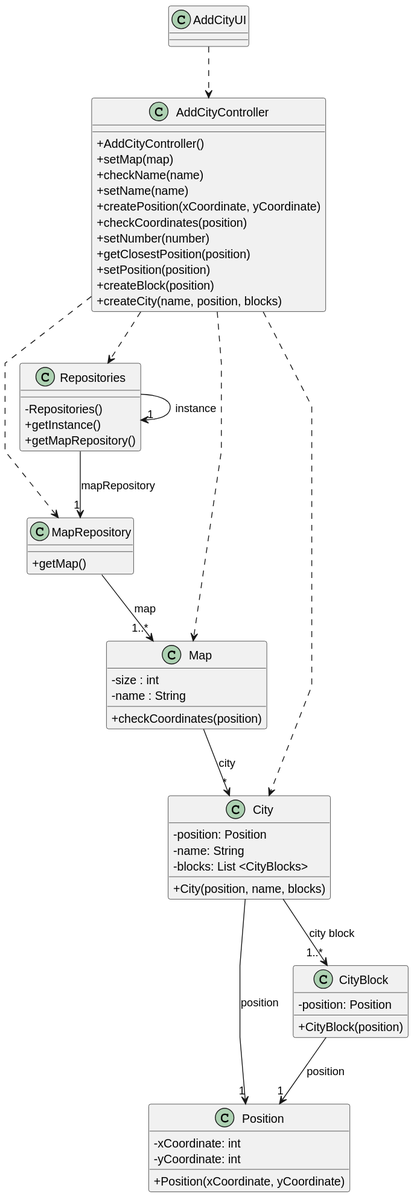
Earlier version of the PlantUML export Sprint3/US003/03.design/svg/US003-CD.svg (1240935/pi2-railway-simulator).
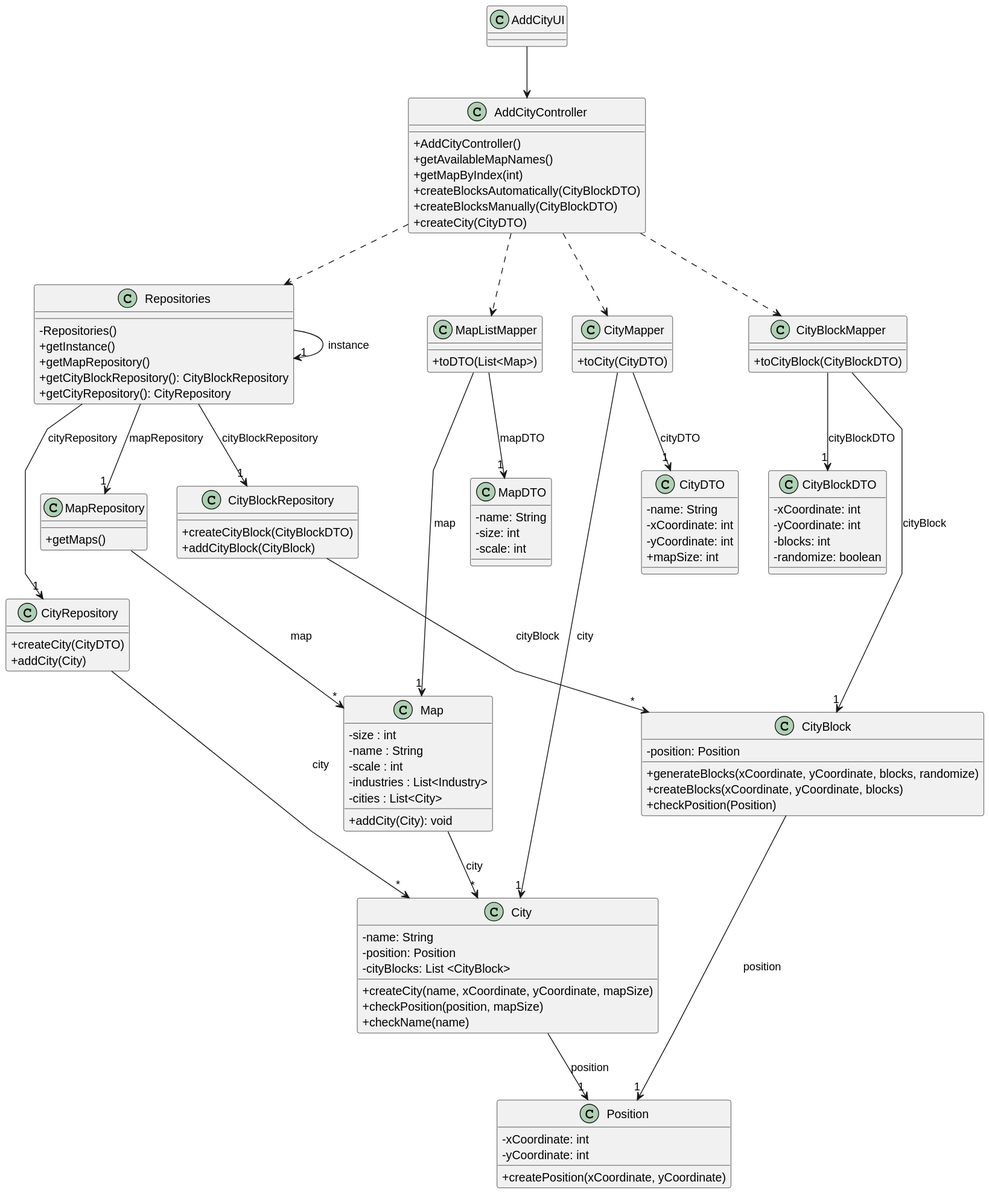
Later version of the same file.

The edit, as a diff of the source:
```diff
@@ -6,72 +6,127 @@
 skinparam classAttributeIconSize 0
 
 
-class AddCityUI {
-
+class AddCityUI{
 }
 
 class AddCityController {
   +AddCityController()
-  +setMap(map)
-  +checkName(name)
-  +setName(name)
-  +createPosition(xCoordinate, yCoordinate)
-  +checkCoordinates(position)
-  +setNumber(number)
-  +getClosestPosition(position)
-  +setPosition(position)
-  +createBlock(position)
-  +createCity(name, position, blocks)
+  +getAvailableMapNames()
+  +getMapByIndex(int)
+  +createBlocksAutomatically(CityBlockDTO)
+  +createBlocksManually(CityBlockDTO)
+  +createCity(CityDTO)
+}
+
+class Repositories {
+  -Repositories()
+  +getInstance()
+  +getMapRepository()
+  +getCityBlockRepository(): CityBlockRepository
+  +getCityRepository(): CityRepository
 }
 
 class MapRepository {
-     +getMap()
+  +getMaps()
 }
 
-class Repositories {
-    - Repositories()
-    + getInstance()
-    + getMapRepository()
+class CityBlockRepository {
+  +createCityBlock(CityBlockDTO)
+  +addCityBlock(CityBlock)
+}
+
+class CityRepository {
+  +createCity(CityDTO)
+  +addCity(City)
+}
+
+class MapListMapper {
+  +toDTO(List<Map>)
+}
+
+class CityBlockMapper {
+  +toCityBlock(CityBlockDTO)
+}
+
+class CityMapper {
+  +toCity(CityDTO)
+}
+
+class MapDTO {
+  -name: String
+  -size: int
+  -scale: int
+}
+
+class CityBlockDTO {
+  -xCoordinate: int
+  -yCoordinate: int
+  -blocks: int
+  -randomize: boolean
+}
+
+class CityDTO {
+  -name: String
+  -xCoordinate: int
+  -yCoordinate: int
+  +mapSize: int
 }
 
 class Map {
   - size : int
-  - name : String
-  +checkCoordinates(position)
+    - name : String
+    - scale : int
+    - industries : List<Industry>
+    - cities : List<City>
+  +addCity(City): void
+}
+
+class CityBlock {
+   -position: Position
+  +generateBlocks(xCoordinate, yCoordinate, blocks, randomize)
+  +createBlocks(xCoordinate, yCoordinate, blocks)
+  +checkPosition(Position)
 }
 
 class City {
-  - position: Position
-  - name: String
-  - blocks: List <CityBlocks>
-  + City(position, name, blocks)
+  -name: String
+  -position: Position
+  -cityBlocks: List <CityBlock>
+  +createCity(name, xCoordinate, yCoordinate, mapSize)
+  +checkPosition(position, mapSize)
+  +checkName(name)
 }
 
 class Position {
- - xCoordinate: int
- - yCoordinate: int
- +Position(xCoordinate, yCoordinate)
+  -xCoordinate: int
+  -yCoordinate: int
+  +createPosition(xCoordinate, yCoordinate)
 }
 
-class CityBlock{
-   - position: Position
-   +CityBlock(position)
-}
+AddCityUI --> AddCityController
 
-AddCityUI ..> AddCityController
 AddCityController ..> Repositories
-AddCityController ..> MapRepository
-AddCityController ..> City
-AddCityController ..> Map
+AddCityController ..> MapListMapper
+AddCityController ..> CityBlockMapper
+AddCityController ..> CityMapper
 
-MapRepository --> "1..*" Map : map
+Repositories -> "1" Repositories : instance
+Repositories --> "1" MapRepository: mapRepository
+Repositories --> "1" CityBlockRepository: cityBlockRepository
+Repositories --> "1" CityRepository: cityRepository
 
-Map --> "*" City : city
+MapRepository --> "*" Map: map
+MapListMapper --> "1" MapDTO: mapDTO
+MapListMapper --> "1" Map: map
+CityBlockMapper --> "1" CityBlock: cityBlock
+CityBlockMapper --> "1" CityBlockDTO: cityBlockDTO
+CityMapper --> "1" City: city
+CityMapper --> "1" CityDTO: cityDTO
 
-Repositories --> "1" MapRepository : mapRepository
-Repositories --> "1" Repositories : instance
+CityBlockRepository --> "*" CityBlock: cityBlock
+CityRepository --> "*" City: city
 
-City --> "1" Position : position
-City --> "1..*" CityBlock : city block
-CityBlock --> "1" Position : position
+City --> "1" Position: position
+CityBlock --> "1" Position: position
+Map --> "*" City: city
 @enduml
```
